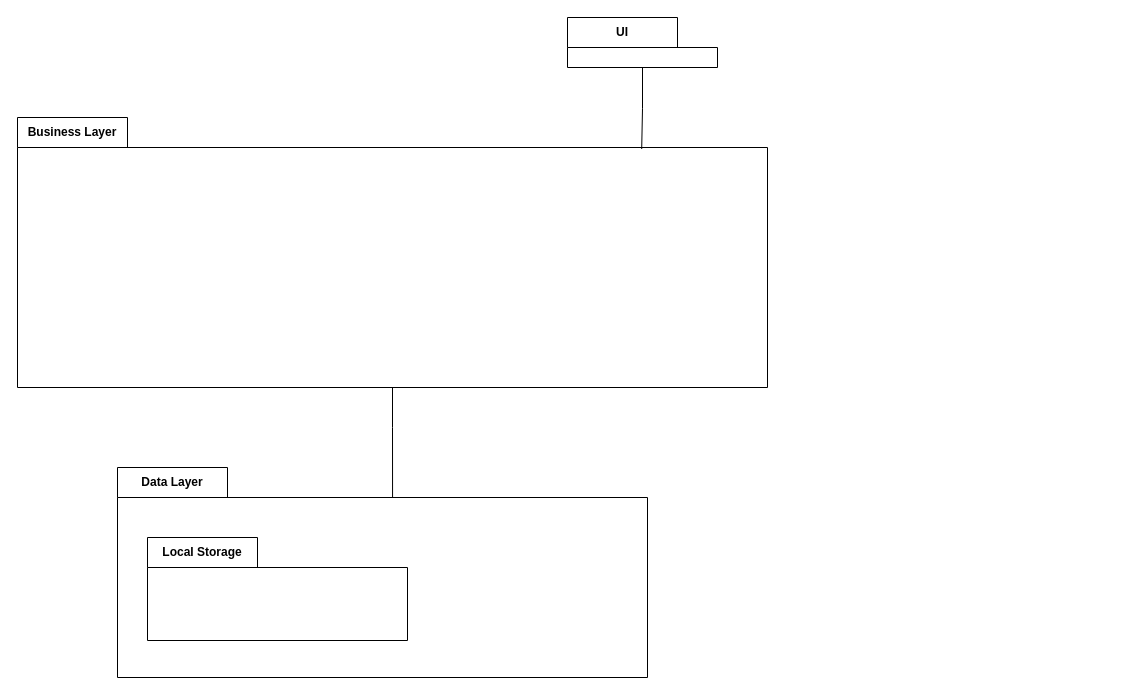
Before: page "Package Diagram" (8 of 8) of domain-model.drawio in Jesper-R/PA1460, a draw.io diagram. Source tidied: cells renumbered, new cells numbered last; positions are measured from the earlier drawing's top-left corner, leaving out a move shared by most shapes. Both pictures are drawn from the tidied source at 100%, with x=0, y=0 at pixel (17, 17).
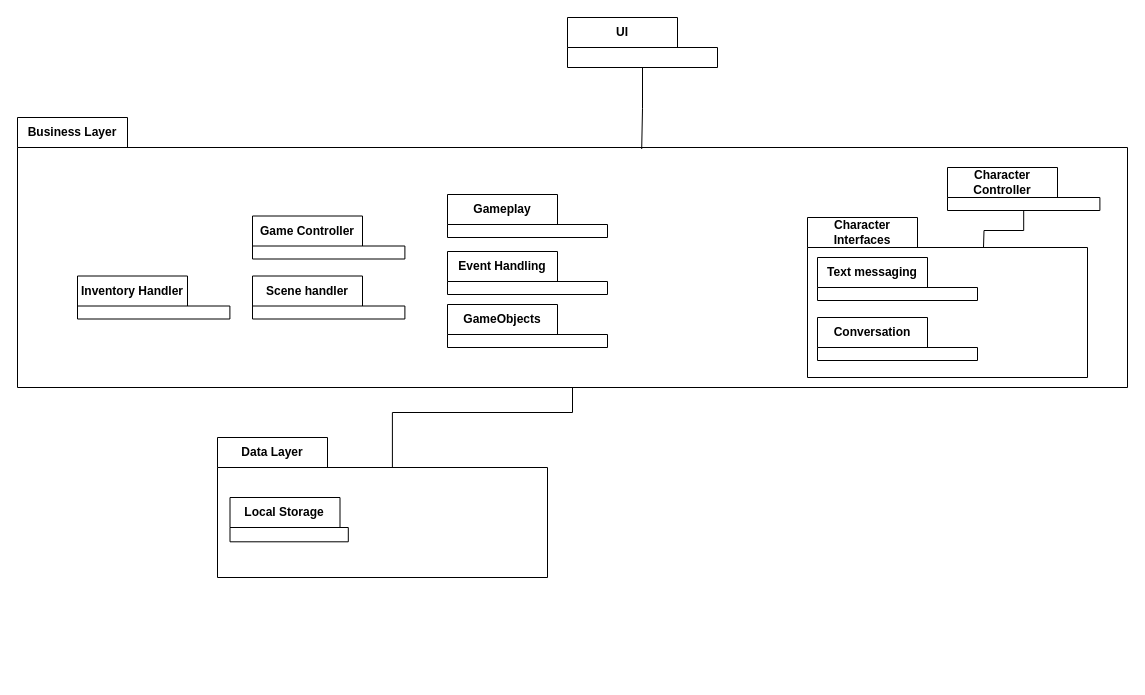
The same page after the edit.

The edit, as a diff of the source:
```diff
@@
     <mxCell id="2" value="Business Layer" style="shape=folder;fontStyle=1;tabWidth=110;tabHeight=30;tabPosition=left;html=1;boundedLbl=1;labelInHeader=1;whiteSpace=wrap;" parent="1" vertex="1">
-      <mxGeometry y="100" width="750" height="270" as="geometry" />
+      <mxGeometry y="100" width="1110" height="270" as="geometry" />
     </mxCell>
     <mxCell id="3" style="html=1;strokeColor=none;fillColor=none;whiteSpace=wrap;" parent="2" vertex="1">
-      <mxGeometry width="750" height="189" relative="1" as="geometry">
+      <mxGeometry width="1110" height="189" relative="1" as="geometry">
         <mxPoint y="30" as="offset" />
       </mxGeometry>
     </mxCell>
+    <mxCell id="12" value="Event Handling" style="shape=folder;fontStyle=1;tabWidth=110;tabHeight=30;tabPosition=left;html=1;boundedLbl=1;labelInHeader=1;whiteSpace=wrap;" parent="2" vertex="1">
+      <mxGeometry x="430" y="134" width="160" height="43" as="geometry" />
+    </mxCell>
+    <mxCell id="13" style="html=1;strokeColor=none;fillColor=none;whiteSpace=wrap;" parent="12" vertex="1">
+      <mxGeometry width="160" height="30.11" relative="1" as="geometry">
+        <mxPoint y="30" as="offset" />
+      </mxGeometry>
+    </mxCell>
+    <mxCell id="14" value="GameObjects" style="shape=folder;fontStyle=1;tabWidth=110;tabHeight=30;tabPosition=left;html=1;boundedLbl=1;labelInHeader=1;whiteSpace=wrap;" parent="2" vertex="1">
+      <mxGeometry x="430" y="187" width="160" height="43" as="geometry" />
+    </mxCell>
+    <mxCell id="15" style="html=1;strokeColor=none;fillColor=none;whiteSpace=wrap;" parent="14" vertex="1">
+      <mxGeometry width="160" height="30.11" relative="1" as="geometry">
+        <mxPoint y="30" as="offset" />
+      </mxGeometry>
+    </mxCell>
+    <mxCell id="16" value="Gameplay" style="shape=folder;fontStyle=1;tabWidth=110;tabHeight=30;tabPosition=left;html=1;boundedLbl=1;labelInHeader=1;whiteSpace=wrap;" parent="2" vertex="1">
+      <mxGeometry x="430" y="77" width="160" height="43" as="geometry" />
+    </mxCell>
+    <mxCell id="17" style="html=1;strokeColor=none;fillColor=none;whiteSpace=wrap;" parent="16" vertex="1">
+      <mxGeometry width="160" height="30.11" relative="1" as="geometry">
+        <mxPoint y="30" as="offset" />
+      </mxGeometry>
+    </mxCell>
+    <mxCell id="18" value="Character Interfaces" style="shape=folder;fontStyle=1;tabWidth=110;tabHeight=30;tabPosition=left;html=1;boundedLbl=1;labelInHeader=1;whiteSpace=wrap;" parent="2" vertex="1">
+      <mxGeometry x="790" y="100" width="280" height="160" as="geometry" />
+    </mxCell>
+    <mxCell id="19" style="html=1;strokeColor=none;fillColor=none;whiteSpace=wrap;" parent="18" vertex="1">
+      <mxGeometry width="280" height="112" relative="1" as="geometry">
+        <mxPoint y="30" as="offset" />
+      </mxGeometry>
+    </mxCell>
+    <mxCell id="20" value="Text messaging" style="shape=folder;fontStyle=1;tabWidth=110;tabHeight=30;tabPosition=left;html=1;boundedLbl=1;labelInHeader=1;whiteSpace=wrap;" parent="18" vertex="1">
+      <mxGeometry x="10" y="40" width="160" height="43" as="geometry" />
+    </mxCell>
+    <mxCell id="21" style="html=1;strokeColor=none;fillColor=none;whiteSpace=wrap;" parent="20" vertex="1">
+      <mxGeometry width="160" height="30.11" relative="1" as="geometry">
+        <mxPoint y="30" as="offset" />
+      </mxGeometry>
+    </mxCell>
+    <mxCell id="22" value="Conversation" style="shape=folder;fontStyle=1;tabWidth=110;tabHeight=30;tabPosition=left;html=1;boundedLbl=1;labelInHeader=1;whiteSpace=wrap;" parent="18" vertex="1">
+      <mxGeometry x="10" y="100" width="160" height="43" as="geometry" />
+    </mxCell>
+    <mxCell id="23" style="html=1;strokeColor=none;fillColor=none;whiteSpace=wrap;" parent="22" vertex="1">
+      <mxGeometry width="160" height="30.11" relative="1" as="geometry">
+        <mxPoint y="30" as="offset" />
+      </mxGeometry>
+    </mxCell>
+    <mxCell id="24" value="Character Controller" style="shape=folder;fontStyle=1;tabWidth=110;tabHeight=30;tabPosition=left;html=1;boundedLbl=1;labelInHeader=1;whiteSpace=wrap;" parent="2" vertex="1">
+      <mxGeometry x="930" y="50" width="152.4" height="43" as="geometry" />
+    </mxCell>
+    <mxCell id="25" style="html=1;strokeColor=none;fillColor=none;whiteSpace=wrap;" parent="24" vertex="1">
+      <mxGeometry width="152.45" height="30.11" relative="1" as="geometry">
+        <mxPoint y="30" as="offset" />
+      </mxGeometry>
+    </mxCell>
+    <mxCell id="26" value="Game Controller" style="shape=folder;fontStyle=1;tabWidth=110;tabHeight=30;tabPosition=left;html=1;boundedLbl=1;labelInHeader=1;whiteSpace=wrap;" parent="2" vertex="1">
+      <mxGeometry x="235" y="98.5" width="152.4" height="43" as="geometry" />
+    </mxCell>
+    <mxCell id="27" style="html=1;strokeColor=none;fillColor=none;whiteSpace=wrap;" parent="26" vertex="1">
+      <mxGeometry width="152.45" height="30.11" relative="1" as="geometry">
+        <mxPoint y="30" as="offset" />
+      </mxGeometry>
+    </mxCell>
+    <mxCell id="28" value="Scene handler" style="shape=folder;fontStyle=1;tabWidth=110;tabHeight=30;tabPosition=left;html=1;boundedLbl=1;labelInHeader=1;whiteSpace=wrap;" parent="2" vertex="1">
+      <mxGeometry x="235" y="158.5" width="152.4" height="43" as="geometry" />
+    </mxCell>
+    <mxCell id="29" style="html=1;strokeColor=none;fillColor=none;whiteSpace=wrap;" parent="28" vertex="1">
+      <mxGeometry width="152.45" height="30.11" relative="1" as="geometry">
+        <mxPoint y="30" as="offset" />
+      </mxGeometry>
+    </mxCell>
+    <mxCell id="30" value="Inventory Handler" style="shape=folder;fontStyle=1;tabWidth=110;tabHeight=30;tabPosition=left;html=1;boundedLbl=1;labelInHeader=1;whiteSpace=wrap;" parent="2" vertex="1">
+      <mxGeometry x="60" y="158.5" width="152.4" height="43" as="geometry" />
+    </mxCell>
+    <mxCell id="31" style="html=1;strokeColor=none;fillColor=none;whiteSpace=wrap;" parent="30" vertex="1">
+      <mxGeometry width="110.1" height="30.11" relative="1" as="geometry">
+        <mxPoint y="30" as="offset" />
+      </mxGeometry>
+    </mxCell>
+    <mxCell id="32" style="edgeStyle=orthogonalEdgeStyle;rounded=0;jettySize=auto;html=1;exitX=0.5;exitY=1;exitDx=0;exitDy=0;exitPerimeter=0;endArrow=none;startFill=0;" parent="2" edge="1" source="24">
+      <mxGeometry relative="1" as="geometry">
+        <mxPoint x="966" y="130" as="targetPoint" />
+      </mxGeometry>
+    </mxCell>
@@
     <mxCell id="7" value="Data Layer" style="shape=folder;fontStyle=1;tabWidth=110;tabHeight=30;tabPosition=left;html=1;boundedLbl=1;labelInHeader=1;whiteSpace=wrap;" parent="1" vertex="1">
-      <mxGeometry x="100" y="450" width="530" height="210" as="geometry" />
+      <mxGeometry x="200" y="420" width="330" height="140" as="geometry" />
     </mxCell>
     <mxCell id="8" style="html=1;strokeColor=none;fillColor=none;whiteSpace=wrap;" parent="7" vertex="1">
-      <mxGeometry width="530" height="147" relative="1" as="geometry">
+      <mxGeometry width="330" height="98" relative="1" as="geometry">
         <mxPoint y="30" as="offset" />
       </mxGeometry>
     </mxCell>
     <mxCell id="9" value="Local Storage" style="shape=folder;fontStyle=1;tabWidth=110;tabHeight=30;tabPosition=left;html=1;boundedLbl=1;labelInHeader=1;whiteSpace=wrap;" parent="7" vertex="1">
-      <mxGeometry x="30" y="70" width="260" height="103" as="geometry" />
+      <mxGeometry x="12.5" y="60" width="118.3" height="44.3" as="geometry" />
     </mxCell>
     <mxCell id="10" style="html=1;strokeColor=none;fillColor=none;whiteSpace=wrap;" parent="9" vertex="1">
-      <mxGeometry width="260" height="72.11" relative="1" as="geometry">
+      <mxGeometry width="118.3" height="31.04" relative="1" as="geometry">
         <mxPoint y="30" as="offset" />
       </mxGeometry>
     </mxCell>
-    <mxCell id="11" style="edgeStyle=orthogonalEdgeStyle;rounded=0;jettySize=auto;html=1;exitX=0.5;exitY=1;exitDx=0;exitDy=0;exitPerimeter=0;entryX=0.519;entryY=0.143;entryDx=0;entryDy=0;entryPerimeter=0;endArrow=none;startFill=0;" parent="1" edge="1" source="2" target="7">
+    <mxCell id="11" style="edgeStyle=orthogonalEdgeStyle;rounded=0;jettySize=auto;html=1;exitX=0.5;exitY=1;exitDx=0;exitDy=0;exitPerimeter=0;entryX=0.53;entryY=0.216;entryDx=0;entryDy=0;entryPerimeter=0;endArrow=none;startFill=0;" parent="1" edge="1" source="2" target="7">
       <mxGeometry relative="1" as="geometry" />
     </mxCell>
```
